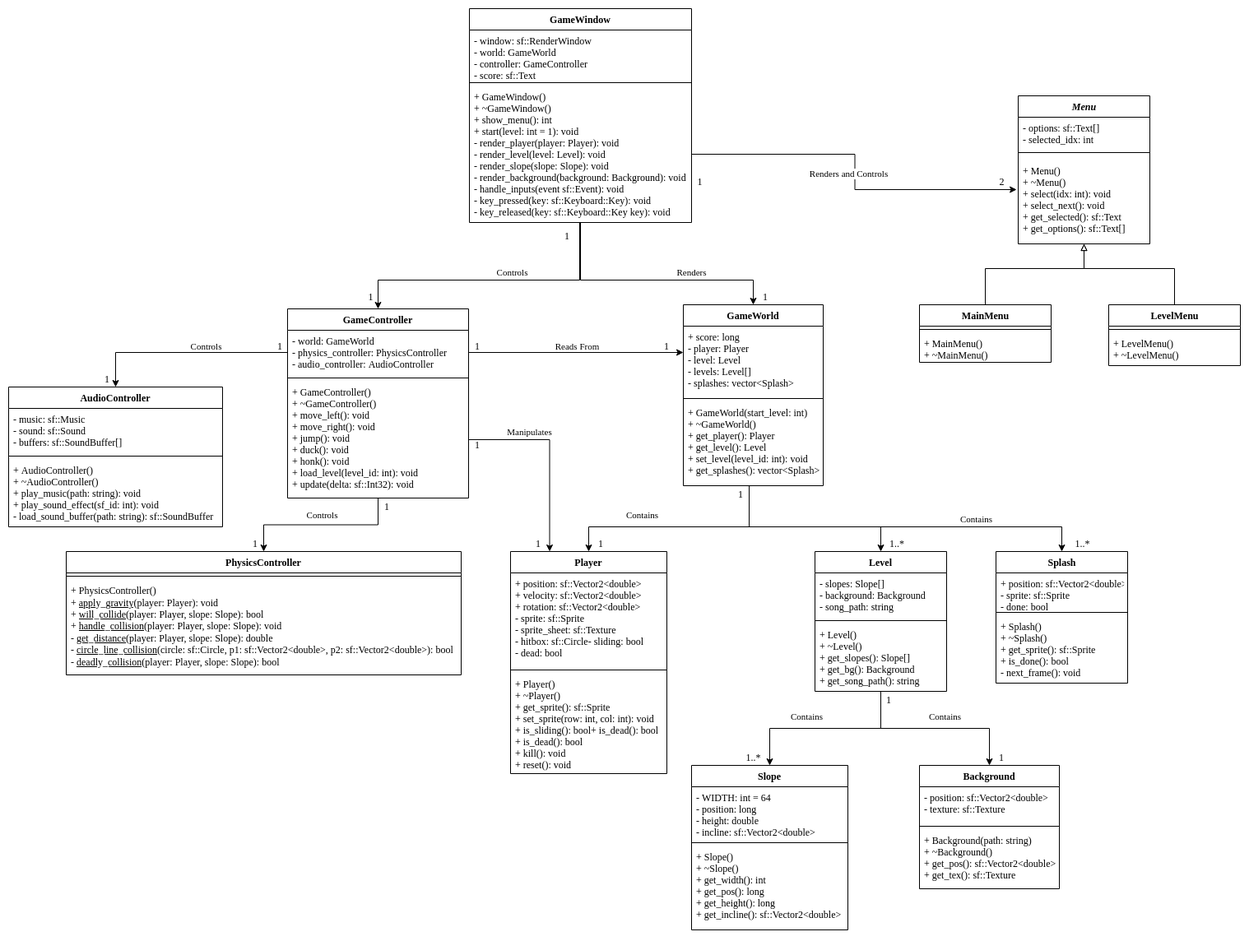
Before: doc/uml.png, a diagram exported from draw.io (sephpace/penguin-slide). Source tidied: cells renumbered, new cells last; positions are measured from the earlier drawing's top-left corner, leaving out a move shared by most shapes.
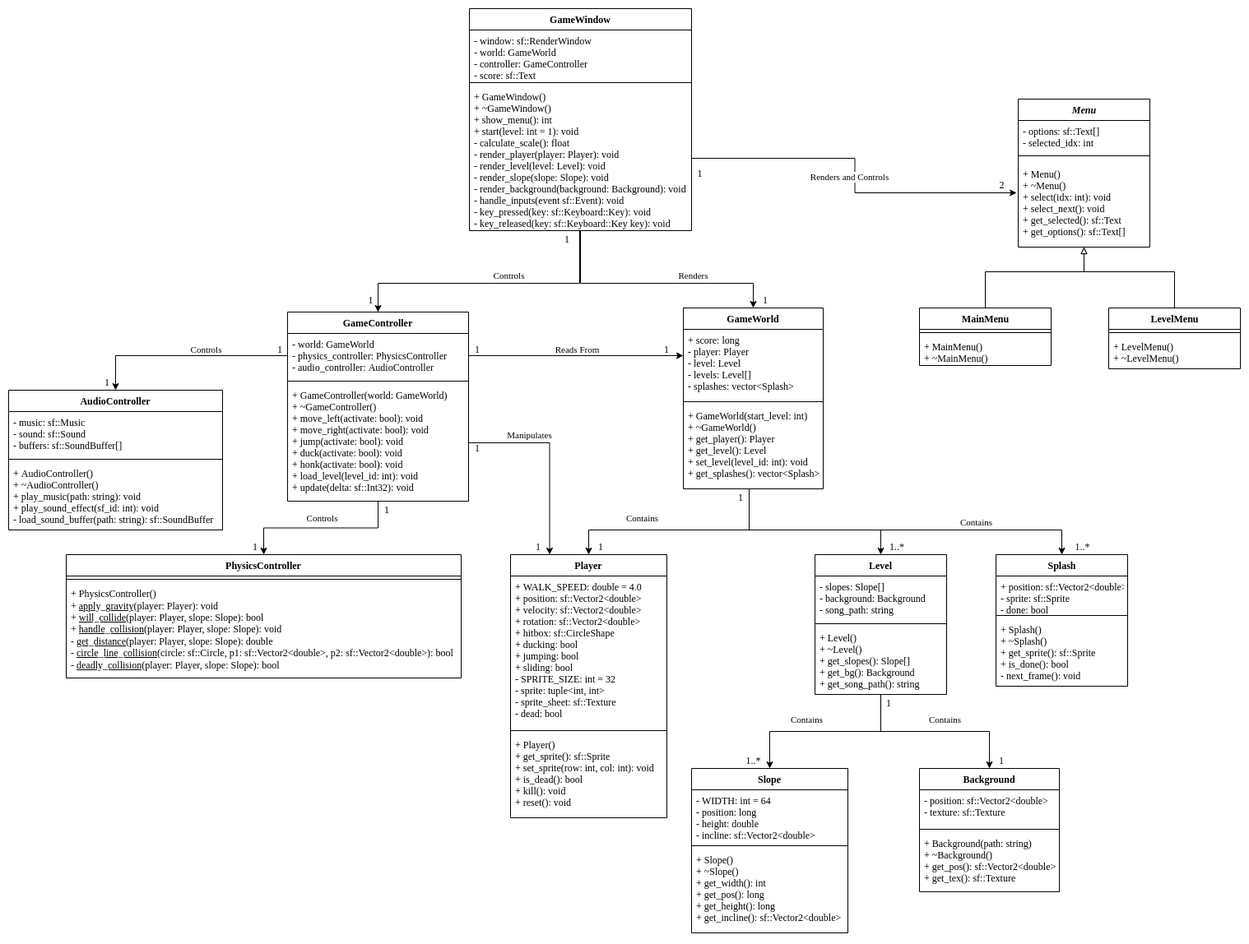
Later version of the same file.

Commit message:
Add controller, world, and player logic.

Change to the diagram source:
```diff
@@ -29,7 +29,7 @@
       </mxGeometry>
     </mxCell>
     <mxCell id="6" value="GameWindow" style="swimlane;fontStyle=1;align=center;verticalAlign=top;horizontal=1;startSize=26;" parent="1" vertex="1">
-      <mxGeometry x="560" width="270" height="260" as="geometry" />
+      <mxGeometry x="560" y="-4" width="270" height="270" as="geometry" />
     </mxCell>
     <mxCell id="7" value="- window: sf::RenderWindow&#10;- world: GameWorld&#10;- controller: GameController&#10;- score: sf::Text&#10;" style="text;strokeColor=none;fillColor=none;align=left;verticalAlign=top;spacingLeft=4;spacingRight=4;overflow=hidden;" parent="6" vertex="1">
       <mxGeometry y="26" width="270" height="60" as="geometry" />
@@ -37,8 +37,8 @@
     <mxCell id="8" style="line;strokeWidth=1;fillColor=none;align=left;verticalAlign=middle;spacingTop=-1;spacingLeft=3;spacingRight=3;labelPosition=right;" parent="6" vertex="1">
       <mxGeometry y="86" width="270" height="8" as="geometry" />
     </mxCell>
-    <mxCell id="9" value="+ GameWindow()&#10;+ ~GameWindow()&#10;+ show_menu(): int&#10;+ start(level: int = 1): void&#10;- render_player(player: Player): void&#10;- render_level(level: Level): void&#10;- render_slope(slope: Slope): void&#10;- render_background(background: Background): void&#10;- handle_inputs(event sf::Event): void&#10;- key_pressed(key: sf::Keyboard::Key): void&#10;- key_released(key: sf::Keyboard::Key key): void&#10;&#10;" style="text;strokeColor=none;fillColor=none;align=left;verticalAlign=top;spacingLeft=4;spacingRight=4;overflow=hidden;points=[[0,0.5],[1,0.5]];portConstraint=eastwest;" parent="6" vertex="1">
-      <mxGeometry y="94" width="270" height="166" as="geometry" />
+    <mxCell id="9" value="+ GameWindow()&#10;+ ~GameWindow()&#10;+ show_menu(): int&#10;+ start(level: int = 1): void&#10;- calculate_scale(): float&#10;- render_player(player: Player): void&#10;- render_level(level: Level): void&#10;- render_slope(slope: Slope): void&#10;- render_background(background: Background): void&#10;- handle_inputs(event sf::Event): void&#10;- key_pressed(key: sf::Keyboard::Key): void&#10;- key_released(key: sf::Keyboard::Key key): void&#10;&#10;" style="text;strokeColor=none;fillColor=none;align=left;verticalAlign=top;spacingLeft=4;spacingRight=4;overflow=hidden;points=[[0,0.5],[1,0.5]];portConstraint=eastwest;" parent="6" vertex="1">
+      <mxGeometry y="94" width="270" height="176" as="geometry" />
     </mxCell>
     <mxCell id="10" style="edgeStyle=orthogonalEdgeStyle;rounded=0;jettySize=auto;html=1;exitX=0.5;exitY=1;exitDx=0;exitDy=0;entryX=0.5;entryY=0;entryDx=0;entryDy=0;" parent="1" edge="1" source="12" target="45">
       <mxGeometry relative="1" as="geometry" />
@@ -57,7 +57,7 @@
     <mxCell id="14" style="line;strokeWidth=1;fillColor=none;align=left;verticalAlign=middle;spacingTop=-1;spacingLeft=3;spacingRight=3;labelPosition=right;" parent="12" vertex="1">
       <mxGeometry y="80" width="220" height="8" as="geometry" />
     </mxCell>
-    <mxCell id="15" value="+ GameController()&#10;+ ~GameController()&#10;+ move_left(): void&#10;+ move_right(): void&#10;+ jump(): void&#10;+ duck(): void&#10;+ honk(): void&#10;+ load_level(level_id: int): void&#10;+ update(delta: sf::Int32): void&#10;" style="text;strokeColor=none;fillColor=none;align=left;verticalAlign=top;spacingLeft=4;spacingRight=4;overflow=hidden;points=[[0,0.5],[1,0.5]];portConstraint=eastwest;" parent="12" vertex="1">
+    <mxCell id="15" value="+ GameController(world: GameWorld)&#10;+ ~GameController()&#10;+ move_left(activate: bool): void&#10;+ move_right(activate: bool): void&#10;+ jump(activate: bool): void&#10;+ duck(activate: bool): void&#10;+ honk(activate: bool): void&#10;+ load_level(level_id: int): void&#10;+ update(delta: sf::Int32): void&#10;" style="text;strokeColor=none;fillColor=none;align=left;verticalAlign=top;spacingLeft=4;spacingRight=4;overflow=hidden;points=[[0,0.5],[1,0.5]];portConstraint=eastwest;" parent="12" vertex="1">
       <mxGeometry y="88" width="220" height="142" as="geometry" />
     </mxCell>
     <mxCell id="16" value="1" style="text;html=1;strokeColor=none;fillColor=none;align=center;verticalAlign=middle;whiteSpace=wrap;rounded=0;" parent="1" vertex="1">
@@ -116,16 +116,16 @@
       <mxGeometry x="900" y="340" width="40" height="20" as="geometry" />
     </mxCell>
     <mxCell id="28" value="Player" style="swimlane;fontStyle=1;align=center;verticalAlign=top;horizontal=1;startSize=26;" parent="1" vertex="1">
-      <mxGeometry x="610" y="660" width="190" height="270" as="geometry" />
+      <mxGeometry x="610" y="660" width="190" height="320" as="geometry" />
     </mxCell>
-    <mxCell id="29" value="+ position: sf::Vector2&lt;double&gt;&#10;+ velocity: sf::Vector2&lt;double&gt;&#10;+ rotation: sf::Vector2&lt;double&gt;&#10;- sprite: sf::Sprite&#10;- sprite_sheet: sf::Texture&#10;- hitbox: sf::Circle- sliding: bool&#10;- dead: bool&#10;&#10;" style="text;strokeColor=none;fillColor=none;align=left;verticalAlign=top;spacingLeft=4;spacingRight=4;overflow=hidden;" parent="28" vertex="1">
-      <mxGeometry y="26" width="190" height="114" as="geometry" />
+    <mxCell id="29" value="+ WALK_SPEED: double = 4.0&#10;+ position: sf::Vector2&lt;double&gt;&#10;+ velocity: sf::Vector2&lt;double&gt;&#10;+ rotation: sf::Vector2&lt;double&gt;&#10;+ hitbox: sf::CircleShape&#10;+ ducking: bool&#10;+ jumping: bool&#10;+ sliding: bool&#10;- SPRITE_SIZE: int = 32&#10;- sprite: tuple&lt;int, int&gt;&#10;- sprite_sheet: sf::Texture&#10;- dead: bool&#10;&#10;" style="text;strokeColor=none;fillColor=none;align=left;verticalAlign=top;spacingLeft=4;spacingRight=4;overflow=hidden;" parent="28" vertex="1">
+      <mxGeometry y="26" width="190" height="184" as="geometry" />
     </mxCell>
     <mxCell id="30" style="line;strokeWidth=1;fillColor=none;align=left;verticalAlign=middle;spacingTop=-1;spacingLeft=3;spacingRight=3;labelPosition=right;" parent="28" vertex="1">
-      <mxGeometry y="140" width="190" height="8" as="geometry" />
+      <mxGeometry y="210" width="190" height="8" as="geometry" />
     </mxCell>
-    <mxCell id="31" value="+ Player()&#10;+ ~Player()&#10;+ get_sprite(): sf::Sprite&#10;+ set_sprite(row: int, col: int): void&#10;+ is_sliding(): bool+ is_dead(): bool&#10;+ is_dead(): bool&#10;+ kill(): void&#10;+ reset(): void&#10;&#10;" style="text;strokeColor=none;fillColor=none;align=left;verticalAlign=top;spacingLeft=4;spacingRight=4;overflow=hidden;" parent="28" vertex="1">
-      <mxGeometry y="148" width="190" height="122" as="geometry" />
+    <mxCell id="31" value="+ Player()&#10;+ get_sprite(): sf::Sprite&#10;+ set_sprite(row: int, col: int): void&#10;+ is_dead(): bool&#10;+ kill(): void&#10;+ reset(): void&#10;&#10;" style="text;strokeColor=none;fillColor=none;align=left;verticalAlign=top;spacingLeft=4;spacingRight=4;overflow=hidden;" parent="28" vertex="1">
+      <mxGeometry y="218" width="190" height="102" as="geometry" />
     </mxCell>
     <mxCell id="32" value="Slope" style="swimlane;fontStyle=1;align=center;verticalAlign=top;horizontal=1;startSize=26;" parent="1" vertex="1">
       <mxGeometry x="830" y="920" width="190" height="200" as="geometry" />
@@ -338,7 +338,7 @@
       </mxGeometry>
     </mxCell>
     <mxCell id="94" value="1" style="text;html=1;align=center;verticalAlign=middle;" parent="1" vertex="1">
-      <mxGeometry x="830" y="200" width="20" height="20" as="geometry" />
+      <mxGeometry x="830" y="186" width="20" height="20" as="geometry" />
     </mxCell>
     <mxCell id="95" value="2" style="text;html=1;align=center;verticalAlign=middle;" parent="1" vertex="1">
       <mxGeometry x="1197" y="200" width="20" height="20" as="geometry" />
```
